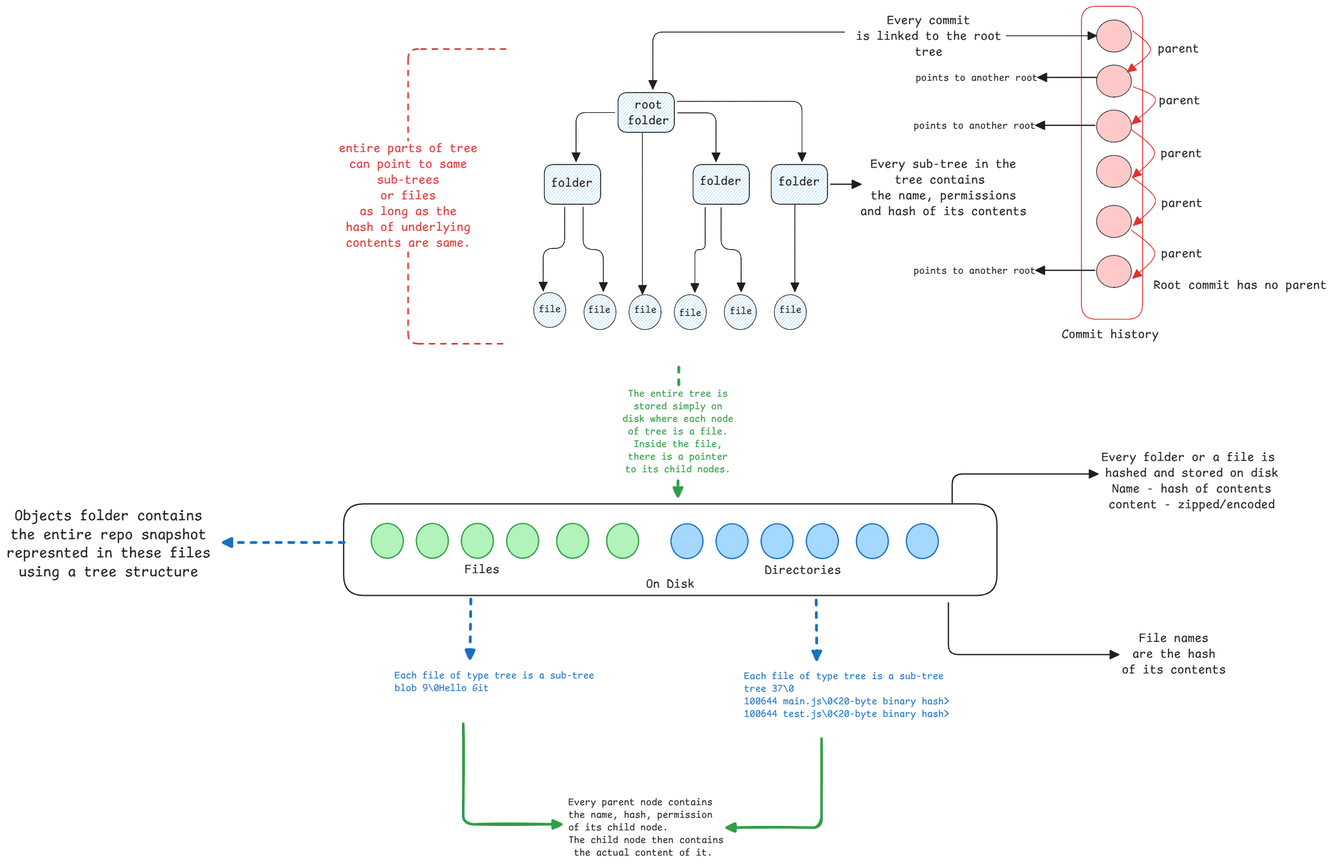
Above: static/img/git-storage-structure.excalidraw.png in swaroopar/inprogress-engineer (Excalidraw), before the change. Source tidied: one line per element, renumbered; positions are measured from the earlier drawing's top-left corner, leaving out a move shared by most shapes.
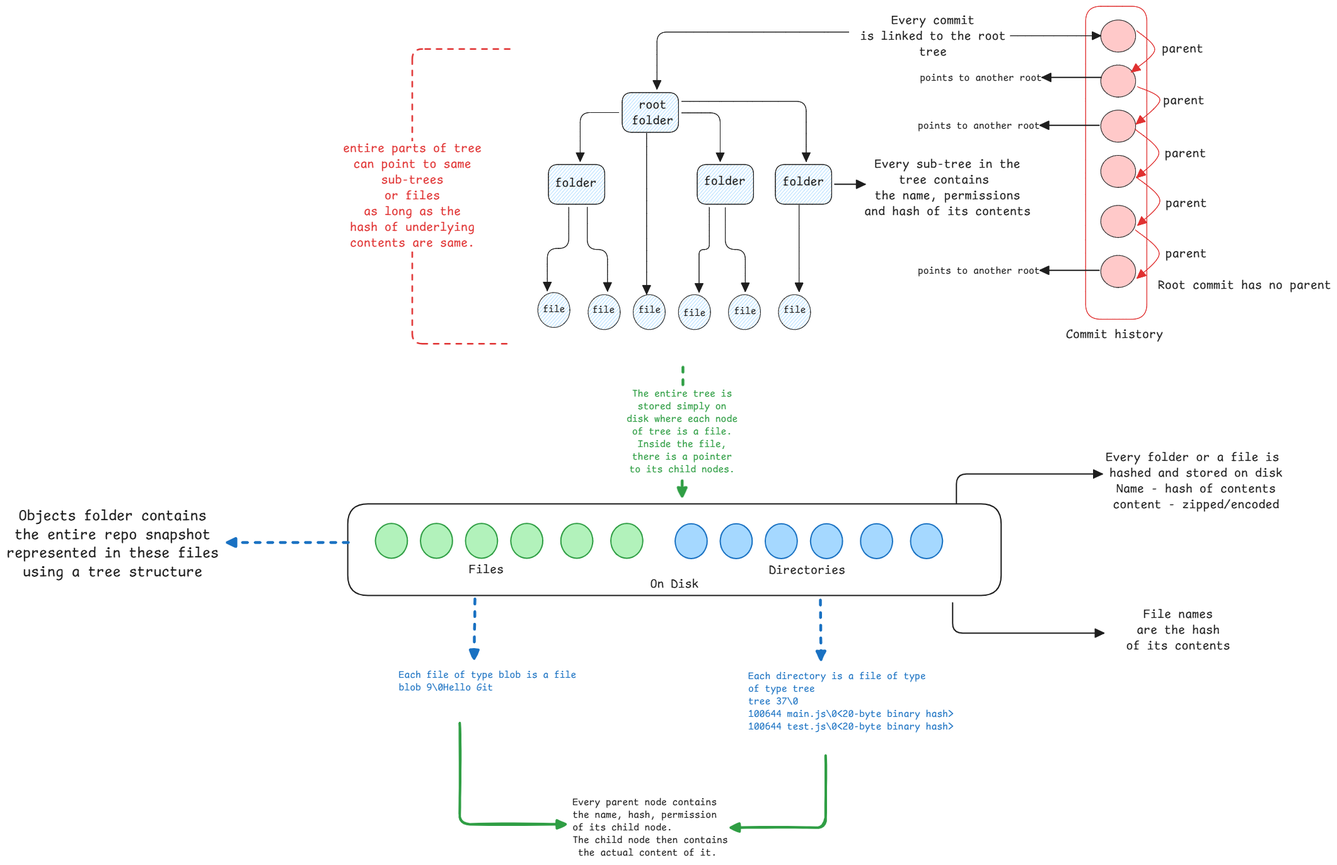
After the change.

What changed in the source:
```diff
@@ -65,14 +65,14 @@
 {"id": 64, "type": "text", "text": "Directories", "strokeColor": "#1e1e1e", "backgroundColor": "#b2f2bb", "fillStyle": "solid", "strokeWidth": 2, "roughness": 0, "fontSize": 20, "fontFamily": 8, "textAlign": "center", "x": 1203, "y": 872, "width": 121, "height": 25}
 {"id": 65, "type": "arrow", "strokeColor": "#1e1e1e", "backgroundColor": "#b2f2bb", "fillStyle": "solid", "strokeWidth": 2, "roughness": 0, "endArrowhead": "triangle", "from": 49, "to": 66, "x": 1501, "y": 778, "width": 231, "height": 47, "points": [[0, 0], [0, -47], [231, -47]]}
 {"id": 66, "type": "text", "text": "Every folder or a file is \nhashed and stored on disk\nName - hash of contents\ncontent - zipped/encoded", "strokeColor": "#1e1e1e", "backgroundColor": "#b2f2bb", "fillStyle": "solid", "strokeWidth": 2, "roughness": 0, "fontSize": 20, "fontFamily": 8, "textAlign": "center", "x": 1738, "y": 693, "width": 286, "height": 100}
-{"id": 67, "type": "arrow", "strokeColor": "#1e1e1e", "backgroundColor": "#b2f2bb", "fillStyle": "solid", "strokeWidth": 2, "roughness": 0, "endArrowhead": "triangle", "from": 49, "to": 68, "x": 1495, "y": 936, "width": 270, "height": 82, "points": [[0, 0], [0, 82], [270, 82]]}
+{"id": 67, "type": "arrow", "strokeColor": "#1e1e1e", "backgroundColor": "#b2f2bb", "fillStyle": "solid", "strokeWidth": 2, "roughness": 0, "endArrowhead": "triangle", "from": 49, "x": 1495, "y": 936, "width": 240, "height": 48, "points": [[0, 0], [0, 48], [240, 48]]}
-{"id": 68, "type": "text", "text": "File names\nare the hash\nof its contents", "strokeColor": "#1e1e1e", "backgroundColor": "#b2f2bb", "fillStyle": "solid", "strokeWidth": 2, "roughness": 0, "fontSize": 20, "fontFamily": 8, "textAlign": "center", "x": 1770, "y": 980, "width": 165, "height": 75}
+{"id": 68, "type": "text", "text": "File names\nare the hash\nof its contents", "strokeColor": "#1e1e1e", "backgroundColor": "#b2f2bb", "fillStyle": "solid", "strokeWidth": 2, "roughness": 0, "fontSize": 20, "fontFamily": 8, "textAlign": "center", "x": 1770, "y": 942, "width": 165, "height": 75}
 {"id": 69, "type": "arrow", "strokeColor": "#2f9e44", "strokeWidth": 4, "strokeStyle": "dashed", "roughness": 1, "endArrowhead": "triangle", "round": true, "x": 1066, "y": 562, "width": 0, "height": 205, "points": [[0, 0], [0, 205]]}
 {"id": 70, "type": "text", "text": "The entire tree is\nstored simply on\ndisk where each node\nof tree is a file.\nInside the file,\nthere is a pointer\nto its child nodes.", "strokeColor": "#2f9e44", "strokeWidth": 4, "strokeStyle": "dashed", "roughness": 1, "fontSize": 16, "fontFamily": 8, "textAlign": "center", "verticalAlign": "middle", "inside": 69, "x": 978, "y": 595, "width": 176, "height": 140}
 {"id": 71, "type": "arrow", "strokeColor": "#1971c2", "strokeWidth": 4, "strokeStyle": "dashed", "roughness": 1, "endArrowhead": "triangle", "round": true, "x": 1286, "y": 932, "width": 0, "height": 93, "points": [[0, 0], [0, 93]]}
-{"id": 72, "type": "text", "text": "Each file of type tree is a sub-tree\ntree 37\\0\n100644 main.js\\0<20-byte binary hash>\n100644 test.js\\0<20-byte binary hash>", "strokeColor": "#1971c2", "strokeWidth": 4, "strokeStyle": "dashed", "roughness": 1, "fontSize": 16, "fontFamily": 8, "x": 1171, "y": 1042, "width": 326, "height": 80}
+{"id": 72, "type": "text", "text": "Each directory is a file of type\nof type tree\ntree 37\\0\n100644 main.js\\0<20-byte binary hash>\n100644 test.js\\0<20-byte binary hash>", "strokeColor": "#1971c2", "strokeWidth": 4, "strokeStyle": "dashed", "roughness": 1, "fontSize": 16, "fontFamily": 8, "x": 1171, "y": 1042, "width": 326, "height": 100}
 {"id": 73, "type": "arrow", "strokeColor": "#1971c2", "strokeWidth": 4, "strokeStyle": "dashed", "roughness": 1, "endArrowhead": "triangle", "round": true, "x": 736, "y": 931, "width": 0, "height": 93, "points": [[0, 0], [0, 93]]}
-{"id": 74, "type": "text", "text": "Each file of type tree is a sub-tree\nblob 9\\0Hello Git\n", "strokeColor": "#1971c2", "strokeWidth": 4, "strokeStyle": "dashed", "roughness": 1, "fontSize": 16, "fontFamily": 8, "x": 616, "y": 1041, "width": 317, "height": 60}
+{"id": 74, "type": "text", "text": "Each file of type blob is a file\nblob 9\\0Hello Git\n", "strokeColor": "#1971c2", "strokeWidth": 4, "strokeStyle": "dashed", "roughness": 1, "fontSize": 16, "fontFamily": 8, "x": 616, "y": 1040, "width": 282, "height": 60}
 {"id": 75, "type": "text", "text": "file", "strokeColor": "#1e1e1e", "backgroundColor": "#a5d8ff", "fillStyle": "hachure", "strokeWidth": 2, "roughness": 1, "fontSize": 16, "fontFamily": 8, "x": 845, "y": 461, "width": 35, "height": 20}
 {"id": 76, "type": "text", "text": "file", "strokeColor": "#1e1e1e", "backgroundColor": "#a5d8ff", "fillStyle": "hachure", "strokeWidth": 2, "roughness": 1, "fontSize": 16, "fontFamily": 8, "x": 923, "y": 462, "width": 35, "height": 20}
 {"id": 77, "type": "text", "text": "file", "strokeColor": "#1e1e1e", "backgroundColor": "#a5d8ff", "fillStyle": "hachure", "strokeWidth": 2, "roughness": 1, "fontSize": 16, "fontFamily": 8, "x": 996, "y": 461, "width": 35, "height": 20}
@@ -80,12 +80,12 @@
 {"id": 79, "type": "text", "text": "file", "strokeColor": "#1e1e1e", "backgroundColor": "#a5d8ff", "fillStyle": "hachure", "strokeWidth": 2, "roughness": 1, "fontSize": 16, "fontFamily": 8, "x": 1148, "y": 464, "width": 35, "height": 20}
 {"id": 80, "type": "text", "text": "file", "strokeColor": "#1e1e1e", "backgroundColor": "#a5d8ff", "fillStyle": "hachure", "strokeWidth": 2, "roughness": 1, "fontSize": 16, "fontFamily": 8, "x": 1227, "y": 462, "width": 35, "height": 20}
 {"id": 81, "type": "arrow", "strokeColor": "#1971c2", "backgroundColor": "#ffec99", "fillStyle": "hachure", "strokeWidth": 4, "strokeStyle": "dashed", "roughness": 0, "endArrowhead": "triangle", "x": 536, "y": 840, "width": 192, "height": 0, "points": [[0, 0], [-192, 0]]}
-{"id": 82, "type": "text", "text": "Objects folder contains\nthe entire repo snapshot\nrepresnted in these files\nusing a tree structure", "strokeColor": "#1e1e1e", "backgroundColor": "#ffec99", "fillStyle": "hachure", "strokeWidth": 4, "strokeStyle": "dashed", "roughness": 0, "fontSize": 23.56, "fontFamily": 8, "textAlign": "center", "x": 0, "y": 784, "width": 324, "height": 118}
+{"id": 82, "type": "text", "text": "Objects folder contains\nthe entire repo snapshot\nrepresented in these files\nusing a tree structure", "strokeColor": "#1e1e1e", "backgroundColor": "#ffec99", "fillStyle": "hachure", "strokeWidth": 4, "strokeStyle": "dashed", "roughness": 0, "fontSize": 23.56, "fontFamily": 8, "textAlign": "center", "x": -6, "y": 784, "width": 337, "height": 118}
 {"id": 83, "type": "arrow", "strokeColor": "#1e1e1e", "strokeWidth": 2, "roughness": 0, "endArrowhead": "triangle", "from": 11, "x": 1730, "y": 102, "width": 93, "height": 0, "points": [[0, 0], [-93, 0]]}
 {"id": 84, "type": "text", "text": "points to another root", "strokeColor": "#1e1e1e", "strokeWidth": 2, "roughness": 1, "fontSize": 16, "fontFamily": 8, "x": 1443, "y": 93, "width": 194, "height": 20}
 {"id": 85, "type": "text", "text": "Every parent node contains\nthe name, hash, permission \nof its child node. \nThe child node then contains\n the actual content of it.", "strokeColor": "#1e1e1e", "strokeWidth": 2, "roughness": 1, "fontSize": 16, "fontFamily": 8, "x": 892, "y": 1242, "width": 246, "height": 100}
-{"id": 86, "type": "arrow", "strokeColor": "#2f9e44", "strokeWidth": 4, "roughness": 1, "endArrowhead": "triangle", "from": 74, "to": 85, "x": 725, "y": 1127, "width": 156, "height": 159, "points": [[0, 0], [0, 159], [156, 159]]}
+{"id": 86, "type": "arrow", "strokeColor": "#2f9e44", "strokeWidth": 4, "roughness": 1, "endArrowhead": "triangle", "from": 74, "to": 85, "x": 713, "y": 1126, "width": 168, "height": 161, "points": [[0, 0], [0, 161], [168, 161]]}
-{"id": 87, "type": "arrow", "strokeColor": "#2f9e44", "strokeWidth": 4, "roughness": 1, "endArrowhead": "triangle", "from": 72, "to": 85, "x": 1293, "y": 1151, "width": 150, "height": 141, "points": [[0, 0], [0, 141], [-150, 141]]}
+{"id": 87, "type": "arrow", "strokeColor": "#2f9e44", "strokeWidth": 4, "roughness": 1, "endArrowhead": "triangle", "from": 72, "to": 85, "x": 1293, "y": 1178, "width": 150, "height": 114, "points": [[0, 0], [0, 114], [-150, 114]]}
 {"id": 88, "type": "arrow", "strokeColor": "#1e1e1e", "strokeWidth": 2, "roughness": 0, "endArrowhead": "triangle", "x": 1727, "y": 178, "width": 93, "height": 0, "points": [[0, 0], [-93, 0]]}
 {"id": 89, "type": "text", "text": "points to another root", "strokeColor": "#1e1e1e", "strokeWidth": 2, "roughness": 1, "fontSize": 16, "fontFamily": 8, "x": 1440, "y": 169, "width": 194, "height": 20}
 {"id": 90, "type": "arrow", "strokeColor": "#1e1e1e", "strokeWidth": 2, "roughness": 0, "endArrowhead": "triangle", "x": 1727, "y": 408, "width": 93, "height": 0, "points": [[0, 0], [-93, 0]]}
```
